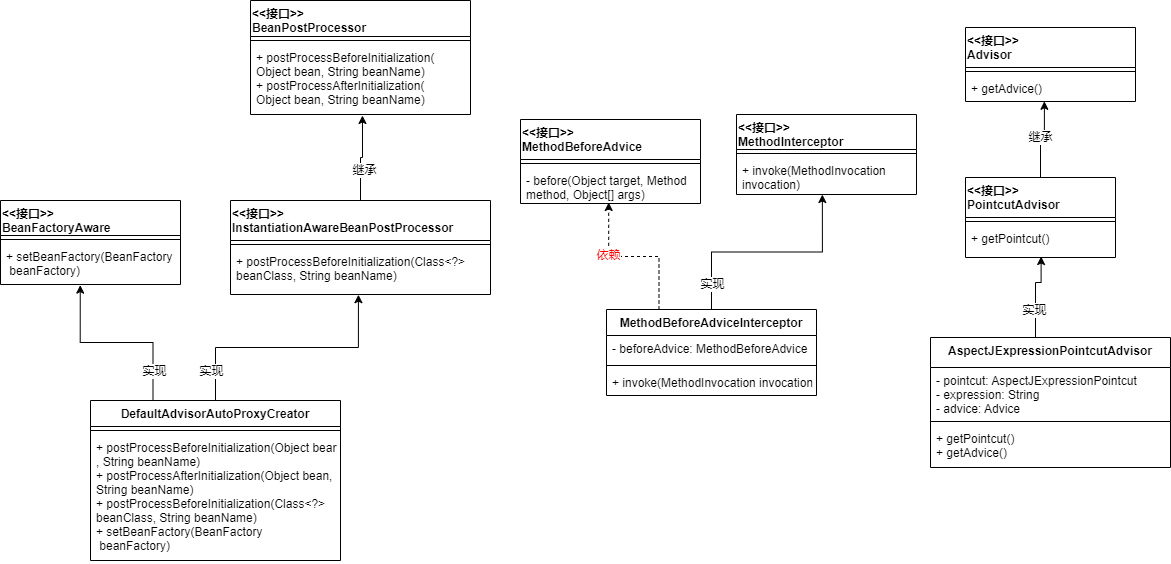
The draw.io diagram wzz-spring/Integrate Aop In Bean's Life Cycle.drawio.png in wsxzei/markdown-photos, before a commit. Source tidied: cells renumbered, new cells last; positions are measured from the earlier drawing's top-left corner, leaving out a move shared by most shapes.
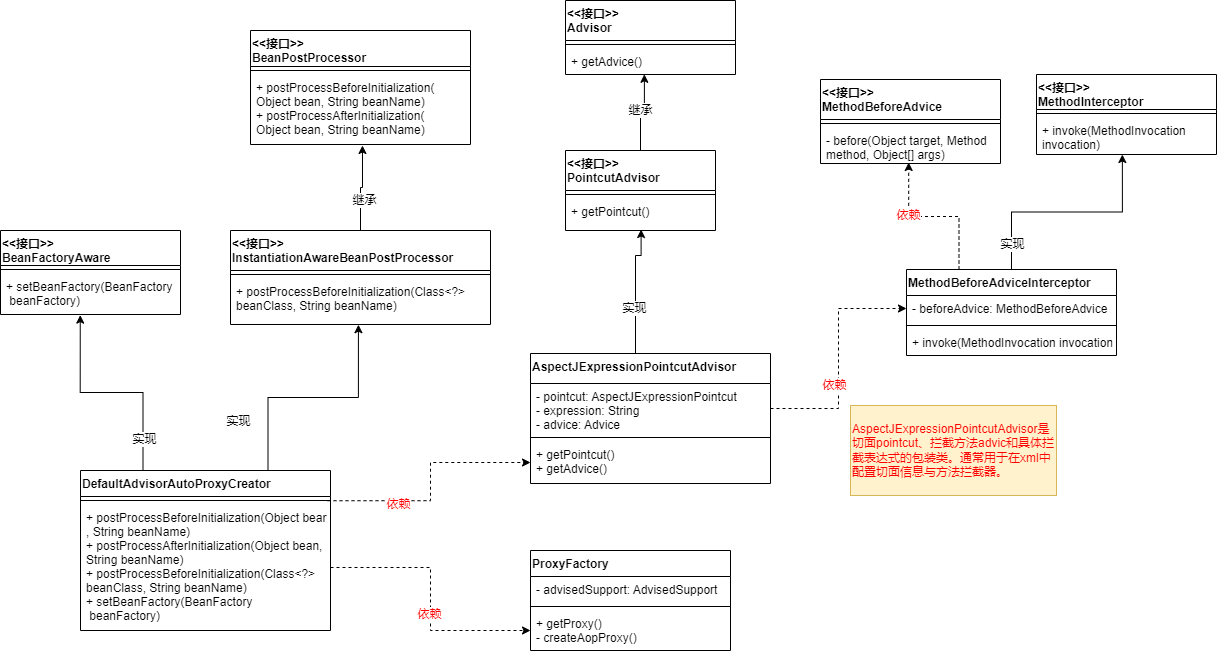
Later version of the same file.

What changed in the source:
```diff
@@ -3,7 +3,7 @@
     <mxCell id="0" />
     <mxCell id="1" parent="0" />
     <mxCell id="2" value="&lt;&lt;接口&gt;&gt;&#10;Advisor" style="swimlane;fontStyle=1;align=left;verticalAlign=top;horizontal=1;startSize=40;" parent="1" vertex="1">
-      <mxGeometry x="965" y="27" width="170" height="74" as="geometry" />
+      <mxGeometry x="565" y="-30" width="170" height="74" as="geometry" />
     </mxCell>
     <mxCell id="3" style="line;strokeWidth=1;fillColor=none;align=left;verticalAlign=middle;spacingTop=-1;spacingLeft=3;spacingRight=3;labelPosition=right;" parent="2" vertex="1">
       <mxGeometry y="40" width="170" height="8" as="geometry" />
@@ -20,7 +20,7 @@
       </mxGeometry>
     </mxCell>
     <mxCell id="7" value="&lt;&lt;接口&gt;&gt;&#10;PointcutAdvisor" style="swimlane;fontStyle=1;align=left;verticalAlign=top;horizontal=1;startSize=40;" parent="1" vertex="1">
-      <mxGeometry x="965" y="177" width="150" height="80" as="geometry" />
+      <mxGeometry x="565" y="120" width="150" height="80" as="geometry" />
     </mxCell>
     <mxCell id="8" style="line;strokeWidth=1;fillColor=none;align=left;verticalAlign=middle;spacingTop=-1;spacingLeft=3;spacingRight=3;labelPosition=right;" parent="7" vertex="1">
       <mxGeometry y="40" width="150" height="8" as="geometry" />
@@ -31,16 +31,16 @@
     <mxCell id="10" style="edgeStyle=orthogonalEdgeStyle;rounded=0;jettySize=auto;html=1;exitX=0.5;exitY=0;exitDx=0;exitDy=0;entryX=0.504;entryY=0.969;entryDx=0;entryDy=0;entryPerimeter=0;" parent="1" edge="1" source="12" target="9">
       <mxGeometry relative="1" as="geometry">
         <Array as="points">
-          <mxPoint x="1035" y="282" />
-          <mxPoint x="1041" y="282" />
+          <mxPoint x="635" y="225" />
+          <mxPoint x="641" y="225" />
         </Array>
       </mxGeometry>
     </mxCell>
     <mxCell id="11" value="实现" style="edgeLabel;html=1;align=center;verticalAlign=middle;" parent="10" vertex="1">
       <mxGeometry x="-0.15" y="2" relative="1" as="geometry" />
     </mxCell>
-    <mxCell id="12" value="AspectJExpressionPointcutAdvisor" style="swimlane;fontStyle=1;align=center;verticalAlign=top;horizontal=1;startSize=30;" parent="1" vertex="1">
-      <mxGeometry x="930" y="337" width="240" height="130" as="geometry" />
+    <mxCell id="12" value="AspectJExpressionPointcutAdvisor" style="swimlane;fontStyle=1;align=left;verticalAlign=top;horizontal=1;startSize=30;" parent="1" vertex="1">
+      <mxGeometry x="530" y="323" width="240" height="130" as="geometry" />
     </mxCell>
     <mxCell id="13" value="- pointcut: AspectJExpressionPointcut&#10;- expression: String&#10;- advice: Advice" style="text;strokeColor=none;fillColor=none;align=left;verticalAlign=top;spacingLeft=4;spacingRight=4;overflow=hidden;points=[[0,0.5],[1,0.5]];portConstraint=eastwest;" parent="12" vertex="1">
       <mxGeometry y="30" width="240" height="50" as="geometry" />
@@ -75,7 +75,7 @@
     <mxCell id="23" value="+ postProcessBeforeInitialization(Class&lt;?&gt; &#10;beanClass, String beanName)" style="text;strokeColor=none;fillColor=none;align=left;verticalAlign=top;spacingLeft=4;spacingRight=4;overflow=hidden;points=[[0,0.5],[1,0.5]];portConstraint=eastwest;" parent="21" vertex="1">
       <mxGeometry y="48" width="260" height="46" as="geometry" />
     </mxCell>
-    <mxCell id="24" style="edgeStyle=orthogonalEdgeStyle;rounded=0;jettySize=auto;html=1;entryX=0.492;entryY=1.004;entryDx=0;entryDy=0;entryPerimeter=0;exitX=0.5;exitY=0;exitDx=0;exitDy=0;" parent="1" edge="1" source="28" target="23">
+    <mxCell id="24" style="edgeStyle=orthogonalEdgeStyle;rounded=0;jettySize=auto;html=1;entryX=0.492;entryY=1.004;entryDx=0;entryDy=0;entryPerimeter=0;exitX=0.75;exitY=0;exitDx=0;exitDy=0;" parent="1" edge="1" source="28" target="23">
       <mxGeometry relative="1" as="geometry" />
     </mxCell>
     <mxCell id="25" value="实现" style="edgeLabel;html=1;align=center;verticalAlign=middle;" parent="24" vertex="1">
@@ -91,8 +91,14 @@
         <mxPoint y="-15" as="offset" />
       </mxGeometry>
     </mxCell>
+    <mxCell id="48" style="edgeStyle=orthogonalEdgeStyle;rounded=0;jettySize=auto;html=1;dashed=1;fontColor=#FF0000;exitX=0.988;exitY=-0.03;exitDx=0;exitDy=0;exitPerimeter=0;" parent="1" edge="1" source="30" target="15">
+      <mxGeometry relative="1" as="geometry" />
+    </mxCell>
+    <mxCell id="49" value="依赖" style="edgeLabel;html=1;align=center;verticalAlign=middle;fontColor=#FF0000;" parent="48" vertex="1">
+      <mxGeometry x="-0.42" y="-3" relative="1" as="geometry" />
+    </mxCell>
-    <mxCell id="28" value="DefaultAdvisorAutoProxyCreator" style="swimlane;fontStyle=1;align=center;verticalAlign=top;horizontal=1;startSize=26;" parent="1" vertex="1">
-      <mxGeometry x="90" y="400" width="250" height="160" as="geometry" />
+    <mxCell id="28" value="DefaultAdvisorAutoProxyCreator" style="swimlane;fontStyle=1;align=left;verticalAlign=top;horizontal=1;startSize=26;" parent="1" vertex="1">
+      <mxGeometry x="80" y="440" width="250" height="160" as="geometry" />
     </mxCell>
     <mxCell id="29" style="line;strokeWidth=1;fillColor=none;align=left;verticalAlign=middle;spacingTop=-1;spacingLeft=3;spacingRight=3;labelPosition=right;" parent="28" vertex="1">
       <mxGeometry y="26" width="250" height="8" as="geometry" />
@@ -123,8 +129,8 @@
     <mxCell id="37" value="&lt;font color=&quot;#ff0000&quot;&gt;依赖&lt;/font&gt;" style="edgeLabel;html=1;align=center;verticalAlign=middle;" parent="36" vertex="1">
       <mxGeometry x="0.34" y="1" relative="1" as="geometry" />
     </mxCell>
-    <mxCell id="38" value="MethodBeforeAdviceInterceptor" style="swimlane;fontStyle=1;align=center;verticalAlign=top;horizontal=1;startSize=26;" parent="1" vertex="1">
-      <mxGeometry x="606" y="309" width="210" height="86" as="geometry" />
+    <mxCell id="38" value="MethodBeforeAdviceInterceptor" style="swimlane;fontStyle=1;align=left;verticalAlign=top;horizontal=1;startSize=26;" parent="1" vertex="1">
+      <mxGeometry x="906" y="239" width="210" height="86" as="geometry" />
     </mxCell>
     <mxCell id="39" value="- beforeAdvice: MethodBeforeAdvice" style="text;strokeColor=none;fillColor=none;align=left;verticalAlign=top;spacingLeft=4;spacingRight=4;overflow=hidden;points=[[0,0.5],[1,0.5]];portConstraint=eastwest;" parent="38" vertex="1">
       <mxGeometry y="26" width="210" height="26" as="geometry" />
@@ -136,7 +142,7 @@
       <mxGeometry y="60" width="210" height="26" as="geometry" />
     </mxCell>
     <mxCell id="42" value="&lt;&lt;接口&gt;&gt;&#10;MethodInterceptor" style="swimlane;fontStyle=1;align=left;verticalAlign=top;horizontal=1;startSize=35;" parent="1" vertex="1">
-      <mxGeometry x="736" y="114" width="180" height="80" as="geometry" />
+      <mxGeometry x="1036" y="44" width="180" height="80" as="geometry" />
     </mxCell>
     <mxCell id="43" style="line;strokeWidth=1;fillColor=none;align=left;verticalAlign=middle;spacingTop=-1;spacingLeft=3;spacingRight=3;labelPosition=right;" parent="42" vertex="1">
       <mxGeometry y="35" width="180" height="8" as="geometry" />
@@ -145,7 +151,7 @@
       <mxGeometry y="43" width="180" height="37" as="geometry" />
     </mxCell>
     <mxCell id="45" value="&lt;&lt;接口&gt;&gt;&#10;MethodBeforeAdvice" style="swimlane;fontStyle=1;align=left;verticalAlign=top;horizontal=1;startSize=40;" parent="1" vertex="1">
-      <mxGeometry x="520" y="119" width="180" height="84" as="geometry" />
+      <mxGeometry x="820" y="49" width="180" height="84" as="geometry" />
     </mxCell>
     <mxCell id="46" style="line;strokeWidth=1;fillColor=none;align=left;verticalAlign=middle;spacingTop=-1;spacingLeft=3;spacingRight=3;labelPosition=right;" parent="45" vertex="1">
       <mxGeometry y="40" width="180" height="8" as="geometry" />
@@ -153,5 +159,32 @@
     <mxCell id="47" value="- before(Object target, Method &#10;method, Object[] args)" style="text;strokeColor=none;fillColor=none;align=left;verticalAlign=top;spacingLeft=4;spacingRight=4;overflow=hidden;points=[[0,0.5],[1,0.5]];portConstraint=eastwest;" parent="45" vertex="1">
       <mxGeometry y="48" width="180" height="36" as="geometry" />
     </mxCell>
+    <mxCell id="50" style="edgeStyle=orthogonalEdgeStyle;rounded=0;jettySize=auto;html=1;exitX=1;exitY=0.5;exitDx=0;exitDy=0;entryX=0;entryY=0.5;entryDx=0;entryDy=0;dashed=1;fontColor=#FF0000;" parent="1" edge="1" source="13" target="39">
+      <mxGeometry relative="1" as="geometry" />
+    </mxCell>
+    <mxCell id="51" value="依赖" style="edgeLabel;html=1;align=center;verticalAlign=middle;fontColor=#FF0000;" parent="50" vertex="1">
+      <mxGeometry x="-0.22" y="5" relative="1" as="geometry" />
+    </mxCell>
+    <mxCell id="52" value="&lt;font color=&quot;#ff0000&quot;&gt;AspectJExpressionPointcutAdvisor是切面pointcut、拦截方法advic和具体拦截表达式的包装类。通常用于在xml中配置切面信息与方法拦截器。&lt;/font&gt;" style="text;html=1;strokeColor=#d6b656;fillColor=#fff2cc;align=left;verticalAlign=middle;whiteSpace=wrap;rounded=0;" parent="1" vertex="1">
+      <mxGeometry x="850" y="375" width="206" height="90" as="geometry" />
+    </mxCell>
+    <mxCell id="53" value="ProxyFactory" style="swimlane;fontStyle=1;align=left;verticalAlign=top;horizontal=1;startSize=26;fontColor=#000000;" parent="1" vertex="1">
+      <mxGeometry x="530" y="520" width="200" height="100" as="geometry" />
+    </mxCell>
+    <mxCell id="54" value="- advisedSupport: AdvisedSupport" style="text;strokeColor=none;fillColor=none;align=left;verticalAlign=top;spacingLeft=4;spacingRight=4;overflow=hidden;fontColor=#000000;" parent="53" vertex="1">
+      <mxGeometry y="26" width="200" height="26" as="geometry" />
+    </mxCell>
+    <mxCell id="55" style="line;strokeWidth=1;fillColor=none;align=left;verticalAlign=middle;spacingTop=-1;spacingLeft=3;spacingRight=3;labelPosition=right;fontColor=#000000;" parent="53" vertex="1">
+      <mxGeometry y="52" width="200" height="8" as="geometry" />
+    </mxCell>
+    <mxCell id="56" value="+ getProxy()&#10;- createAopProxy()" style="text;strokeColor=none;fillColor=none;align=left;verticalAlign=top;spacingLeft=4;spacingRight=4;overflow=hidden;points=[[0,0.5],[1,0.5]];portConstraint=eastwest;fontColor=#000000;" parent="53" vertex="1">
+      <mxGeometry y="60" width="200" height="40" as="geometry" />
+    </mxCell>
+    <mxCell id="57" style="edgeStyle=orthogonalEdgeStyle;rounded=0;jettySize=auto;html=1;exitX=1;exitY=0.5;exitDx=0;exitDy=0;entryX=0;entryY=0.5;entryDx=0;entryDy=0;dashed=1;fontColor=#000000;" parent="1" edge="1" source="30" target="56">
+      <mxGeometry relative="1" as="geometry" />
+    </mxCell>
+    <mxCell id="58" value="&lt;font color=&quot;#ff0000&quot;&gt;依赖&lt;/font&gt;" style="edgeLabel;html=1;align=center;verticalAlign=middle;fontColor=#000000;" parent="57" vertex="1">
+      <mxGeometry x="0.11" y="-2" relative="1" as="geometry" />
+    </mxCell>
   </root>
 </mxGraphModel>
```
